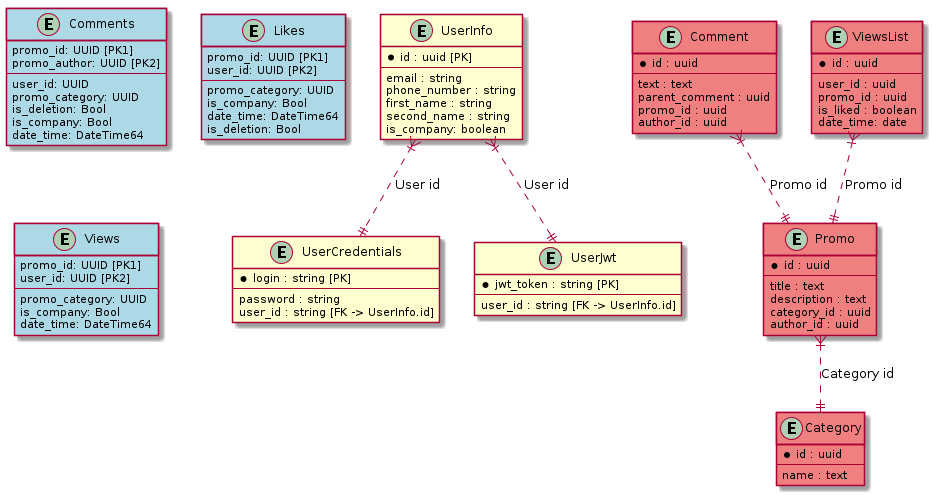
Before: doc/scheme.png, a diagram exported from PlantUML (danilabokhanov/loyatly-program-platform).
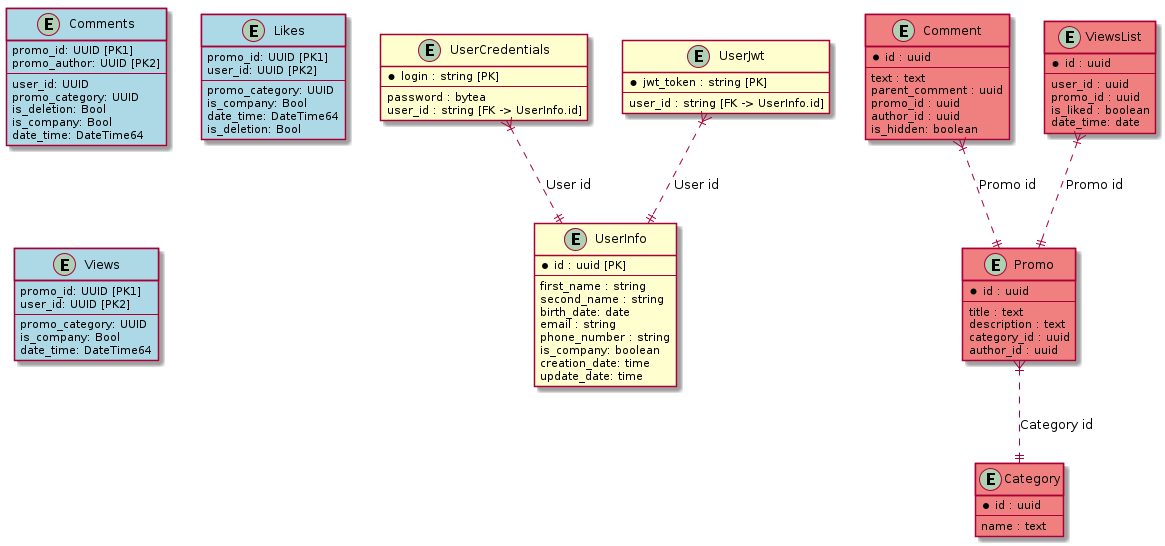
The same diagram one commit later.

Diff of the diagram source:
```diff
@@ -3,17 +3,20 @@
 entity "UserInfo" {
     * id : uuid [PK]
     --
+    first_name : string
+    second_name : string
+    birth_date: date
     email : string
     phone_number : string
-    first_name : string
-    second_name : string
     is_company: boolean
+    creation_date: time
+    update_date: time
 }
 
 entity "UserCredentials" {
     * login : string [PK]
     --
-    password : string
+    password : bytea
     user_id : string [FK -> UserInfo.id]
 }
 
@@ -23,9 +26,8 @@
     user_id : string [FK -> UserInfo.id]
 }
 
-UserInfo }|..|| UserCredentials : "User id"
-UserInfo }|..|| UserJwt : "User id"
-
+UserCredentials }|..|| UserInfo : "User id"
+UserJwt }|..|| UserInfo : "User id"
 
 entity Promo #lightcoral {
     *id : uuid
@@ -49,6 +51,7 @@
     parent_comment : uuid
     promo_id : uuid
     author_id : uuid
+    is_hidden: boolean
 }
 
 entity ViewsList #lightcoral {
```
